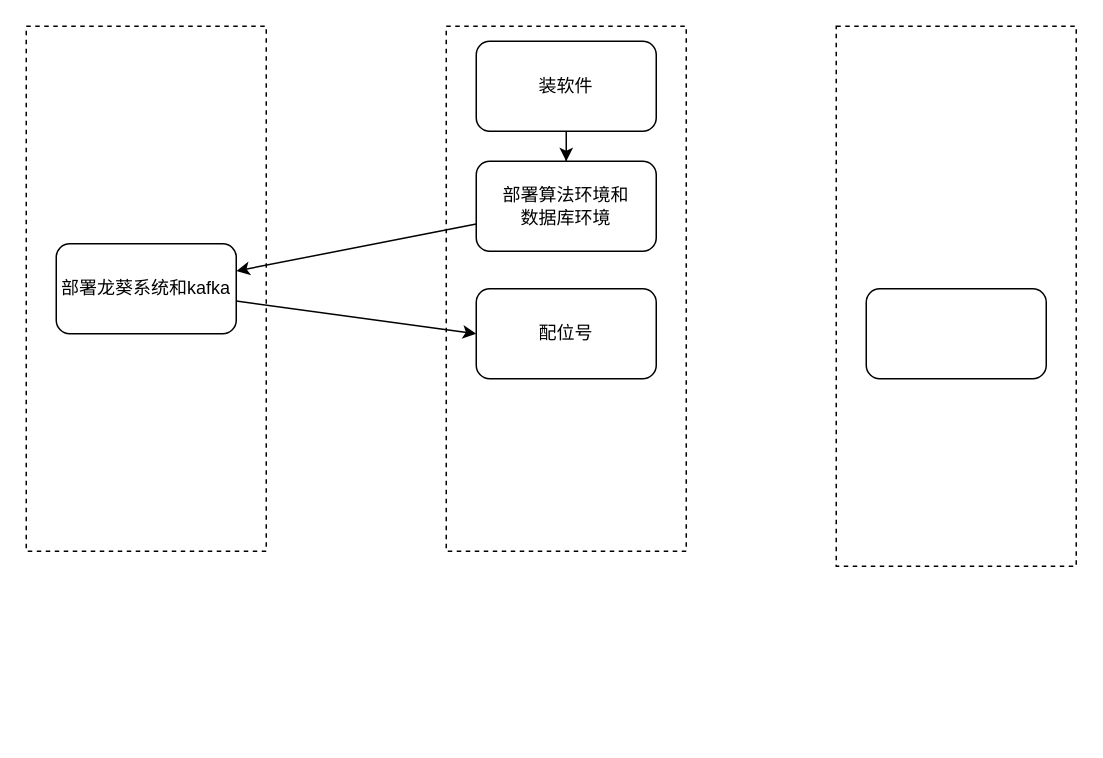
Before: test.drawio in 729973389/picture, a draw.io diagram. Source tidied: cells renumbered, new cells numbered last; positions are measured from the earlier drawing's top-left corner, leaving out a move shared by most shapes. Both pictures are drawn from the tidied source at 150%, with x=0, y=0 at pixel (26, 26).
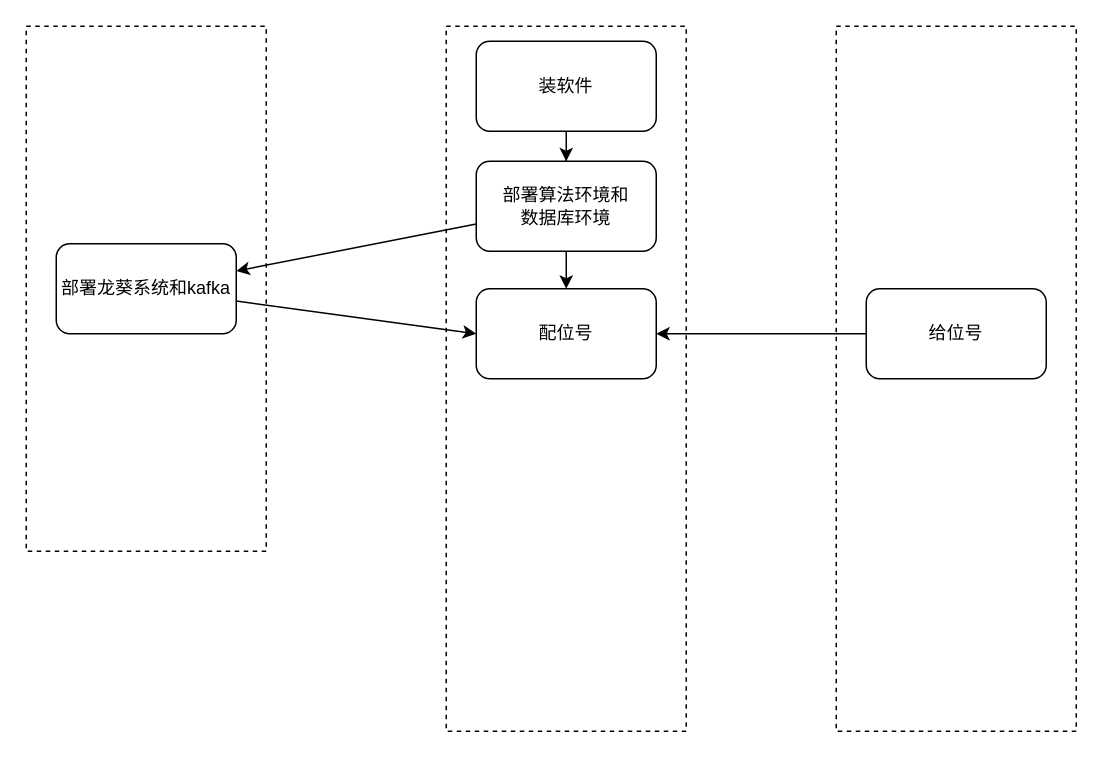
The same diagram, later.

The edit, as a diff of the source:
```diff
@@
 <mxGraphModel>
   <root>
     <mxCell id="0" />
     <mxCell id="1" parent="0" />
     <mxCell id="2" style="rounded=0;whiteSpace=wrap;html=1;dashed=1;" parent="1" vertex="1">
       <mxGeometry width="160" height="350" as="geometry" />
     </mxCell>
     <mxCell id="3" style="rounded=0;whiteSpace=wrap;html=1;dashed=1;" parent="1" vertex="1">
-      <mxGeometry x="280" width="160" height="350" as="geometry" />
+      <mxGeometry x="280" width="160" height="470" as="geometry" />
     </mxCell>
     <mxCell id="4" style="rounded=0;whiteSpace=wrap;html=1;dashed=1;" parent="1" vertex="1">
-      <mxGeometry x="540" width="160" height="360" as="geometry" />
+      <mxGeometry x="540" width="160" height="470" as="geometry" />
     </mxCell>
     <mxCell id="5" style="rounded=0;jettySize=auto;html=1;" parent="1" edge="1" source="6" target="11">
       <mxGeometry relative="1" as="geometry" />
     </mxCell>
+    <mxCell id="13" style="edgeStyle=orthogonalEdgeStyle;rounded=0;jettySize=auto;html=1;entryX=0.5;entryY=0;entryDx=0;entryDy=0;" parent="1" edge="1" source="6" target="7">
+      <mxGeometry relative="1" as="geometry" />
+    </mxCell>
     <mxCell id="6" value="部署算法环境和&lt;div&gt;数据库环境&lt;/div&gt;" style="rounded=1;whiteSpace=wrap;html=1;" parent="1" vertex="1">
       <mxGeometry x="300" y="90" width="120" height="60" as="geometry" />
     </mxCell>
     <mxCell id="7" value="配位号" style="rounded=1;whiteSpace=wrap;html=1;" parent="1" vertex="1">
       <mxGeometry x="300" y="175" width="120" height="60" as="geometry" />
     </mxCell>
     <mxCell id="8" style="edgeStyle=orthogonalEdgeStyle;rounded=0;jettySize=auto;html=1;entryX=0.5;entryY=0;entryDx=0;entryDy=0;" parent="1" edge="1" source="9" target="6">
       <mxGeometry relative="1" as="geometry" />
     </mxCell>
     <mxCell id="9" value="装软件" style="rounded=1;whiteSpace=wrap;html=1;" parent="1" vertex="1">
       <mxGeometry x="300" y="10" width="120" height="60" as="geometry" />
     </mxCell>
     <mxCell id="10" style="rounded=0;jettySize=auto;html=1;entryX=0;entryY=0.5;entryDx=0;entryDy=0;" parent="1" edge="1" source="11" target="7">
       <mxGeometry relative="1" as="geometry" />
     </mxCell>
     <mxCell id="11" value="部署龙葵系统和kafka" style="rounded=1;whiteSpace=wrap;html=1;" parent="1" vertex="1">
       <mxGeometry x="20" y="145" width="120" height="60" as="geometry" />
     </mxCell>
+    <mxCell id="14" style="rounded=0;jettySize=auto;html=1;entryX=1;entryY=0.5;entryDx=0;entryDy=0;" parent="1" edge="1" source="12" target="7">
+      <mxGeometry relative="1" as="geometry" />
+    </mxCell>
-    <mxCell id="12" style="rounded=1;whiteSpace=wrap;html=1;" parent="1" vertex="1">
+    <mxCell id="12" value="给位号" style="rounded=1;whiteSpace=wrap;html=1;" parent="1" vertex="1">
       <mxGeometry x="560" y="175" width="120" height="60" as="geometry" />
     </mxCell>
   </root>
 </mxGraphModel>
```
